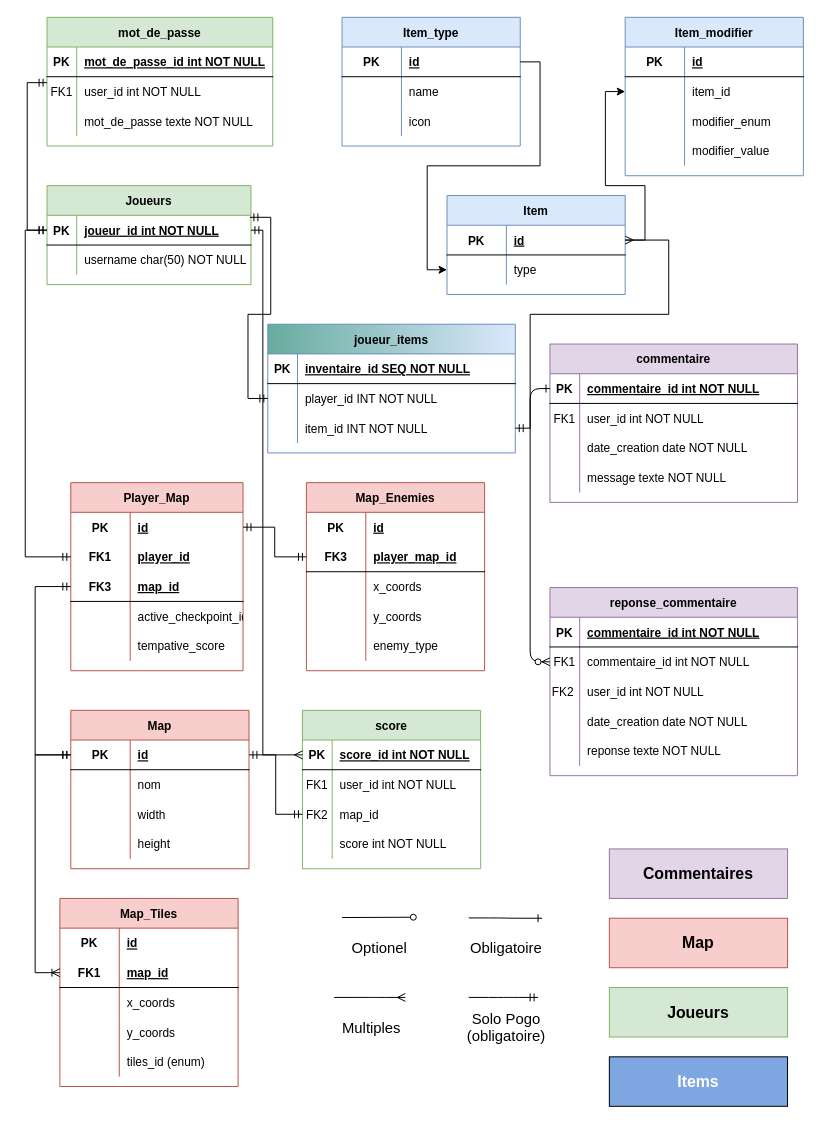
Earlier version of the draw.io diagram documentation/draw.io files/DB_1.4.drawio (WyllasSidjeno/C51_EQUIPE_3). Source tidied: cells renumbered, new cells numbered last; positions are measured from the earlier drawing's top-left corner, leaving out a move shared by most shapes. Both pictures are drawn from the tidied source at 99%, with x=0, y=0 at pixel (25, 17).
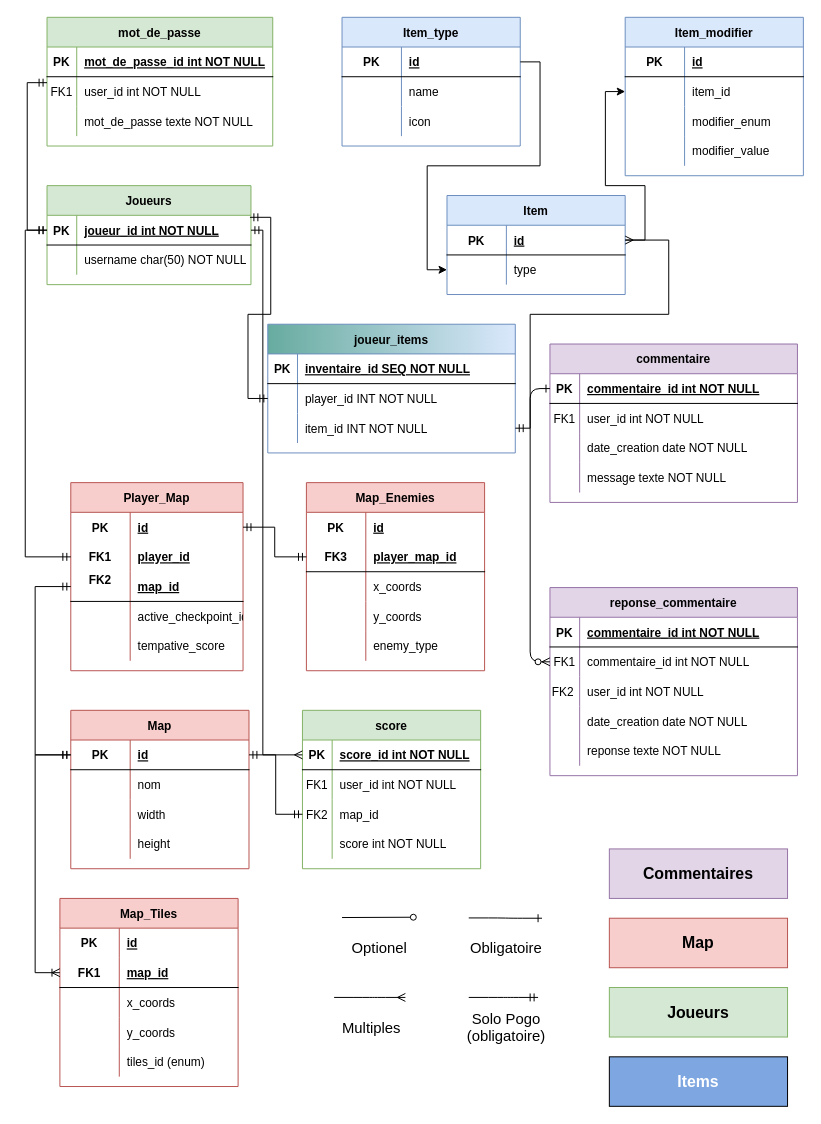
After the change.

Unchanged cells that the change refers to:
```xml
<mxCell id="167" style="shape=partialRectangle;fillColor=none;top=0;left=0;bottom=1;right=0;points=[[0,0.5],[1,0.5]];portConstraint=eastwest;" parent="160" vertex="1">
  <mxGeometry y="90" width="174" height="30" as="geometry" />
</mxCell>
```

Change to the diagram source:
```diff
@@
-    <mxCell id="168" value="FK3" style="shape=partialRectangle;fillColor=none;top=0;left=0;bottom=0;right=0;fontStyle=1;overflow=hidden;" parent="167" vertex="1">
+    <mxCell id="168" value="FK2&#10;" style="shape=partialRectangle;fillColor=none;top=0;left=0;bottom=0;right=0;fontStyle=1;overflow=hidden;" parent="167" vertex="1">
       <mxGeometry width="60" height="30" as="geometry" />
     </mxCell>
```
